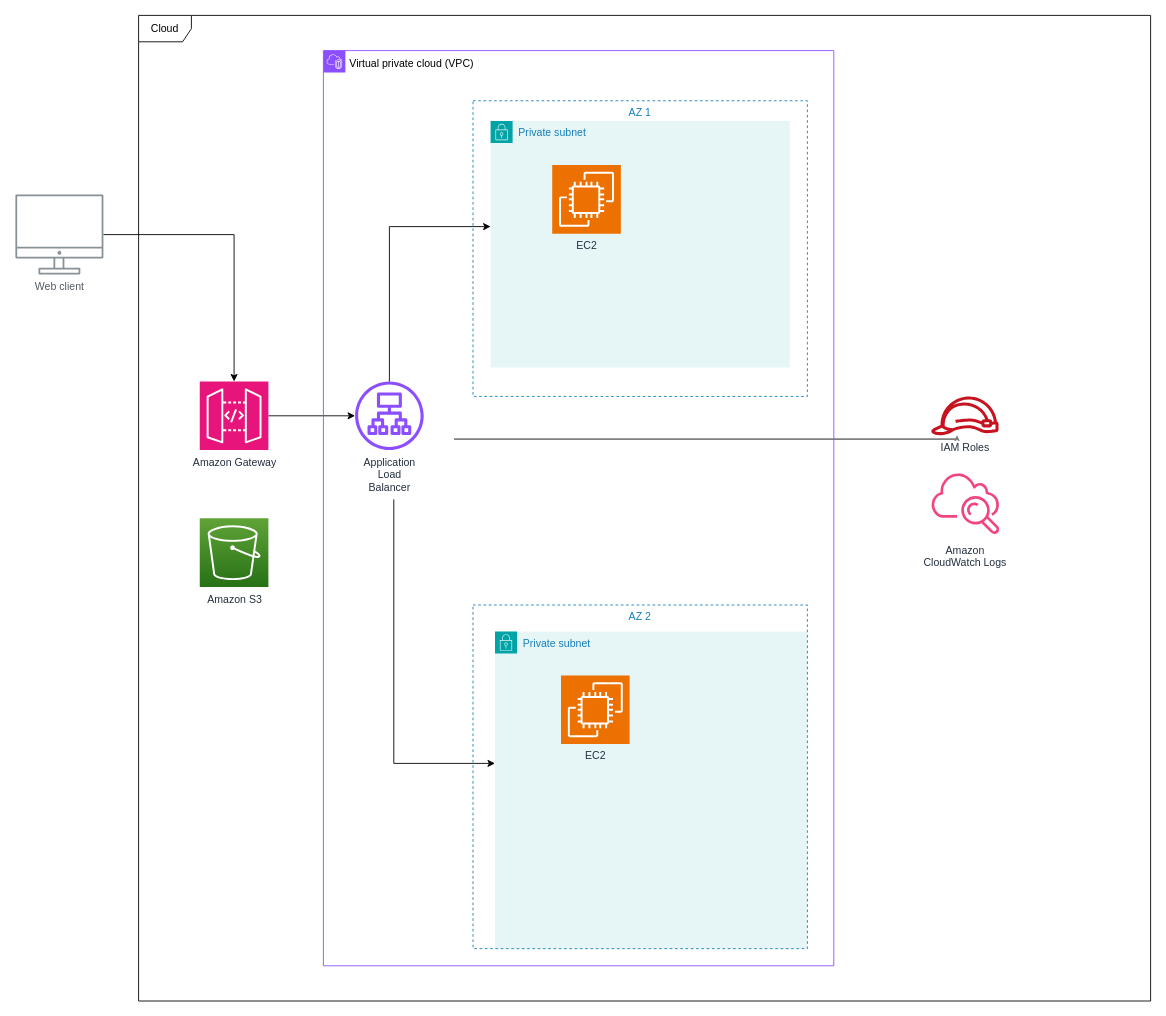
Before: Architecture-Diagram.drawio in manuelputzu/Terraform-demo, a draw.io diagram. Source tidied: cells renumbered, new cells numbered last; positions are measured from the earlier drawing's top-left corner, leaving out a move shared by most shapes. Both pictures are drawn from the tidied source at 88%, with x=0, y=0 at pixel (15, 15).
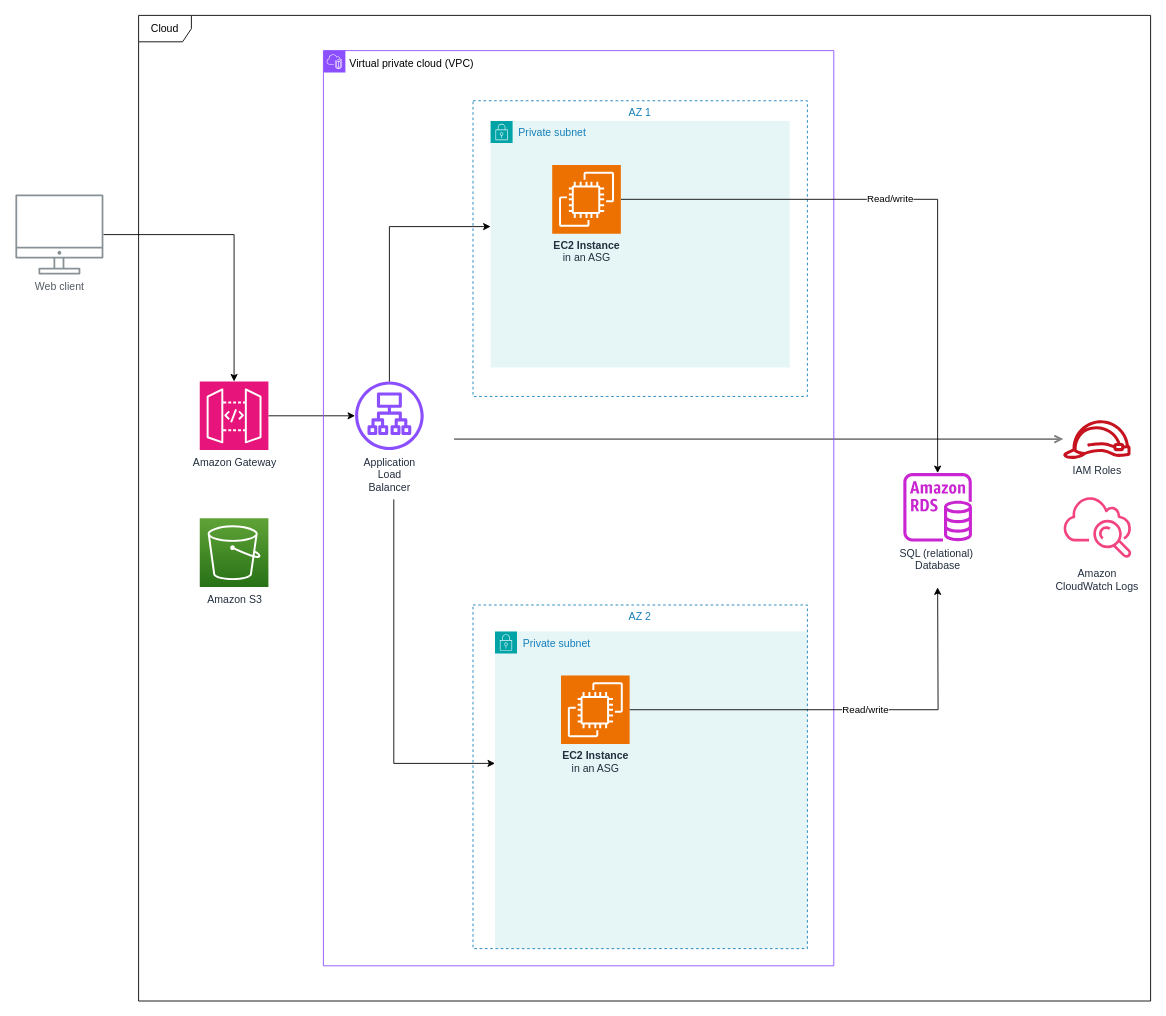
The same page after the edit.

Unchanged cells that the change refers to:
```xml
<mxCell id="17" value="Private subnet" style="points=[[0,0],[0.25,0],[0.5,0],[0.75,0],[1,0],[1,0.25],[1,0.5],[1,0.75],[1,1],[0.75,1],[0.5,1],[0.25,1],[0,1],[0,0.75],[0,0.5],[0,0.25]];outlineConnect=0;gradientColor=none;html=1;whiteSpace=wrap;fontSize=12;fontStyle=0;shape=mxgraph.aws4.group;grIcon=mxgraph.aws4.group_security_group;grStroke=0;strokeColor=#00A4A6;fillColor=#E6F6F7;verticalAlign=top;align=left;spacingLeft=30;fontColor=#147EBA;dashed=0;" parent="1" vertex="1">
  <mxGeometry x="545" y="700" width="355" height="360.5" as="geometry" />
</mxCell>
```

The edit, as a diff of the source:
```diff
@@
     <mxCell id="7" value="IAM Roles" style="outlineConnect=0;fontColor=#232F3E;gradientColor=none;fillColor=#C7131F;strokeColor=none;dashed=0;verticalLabelPosition=bottom;verticalAlign=top;align=center;html=1;fontSize=12;fontStyle=0;shape=mxgraph.aws4.role;labelBackgroundColor=#ffffff;" parent="1" vertex="1">
-      <mxGeometry x="1040" y="433" width="78" height="44" as="geometry" />
+      <mxGeometry x="1190" y="460" width="78" height="44" as="geometry" />
     </mxCell>
     <mxCell id="8" value="Amazon&lt;br&gt;CloudWatch Logs&lt;br&gt;" style="fontColor=#232F3E;gradientColor=none;gradientDirection=north;fillColor=#F34482;strokeColor=none;dashed=0;verticalLabelPosition=bottom;verticalAlign=top;align=center;html=1;fontSize=12;fontStyle=0;shape=mxgraph.aws4.cloudwatch;labelBackgroundColor=#ffffff;" parent="1" vertex="1">
-      <mxGeometry x="1040" y="516" width="78" height="78" as="geometry" />
+      <mxGeometry x="1190" y="543" width="78" height="78" as="geometry" />
     </mxCell>
@@
-    <mxCell id="19" value="EC2" style="sketch=0;points=[[0,0,0],[0.25,0,0],[0.5,0,0],[0.75,0,0],[1,0,0],[0,1,0],[0.25,1,0],[0.5,1,0],[0.75,1,0],[1,1,0],[0,0.25,0],[0,0.5,0],[0,0.75,0],[1,0.25,0],[1,0.5,0],[1,0.75,0]];outlineConnect=0;fontColor=#232F3E;fillColor=#ED7100;strokeColor=#ffffff;dashed=0;verticalLabelPosition=bottom;verticalAlign=top;align=center;html=1;fontSize=12;fontStyle=0;shape=mxgraph.aws4.resourceIcon;resIcon=mxgraph.aws4.ec2;" parent="17" vertex="1">
+    <mxCell id="19" value="&lt;b&gt;EC2 Instance&lt;/b&gt;&lt;div&gt;in an ASG&lt;/div&gt;" style="sketch=0;points=[[0,0,0],[0.25,0,0],[0.5,0,0],[0.75,0,0],[1,0,0],[0,1,0],[0.25,1,0],[0.5,1,0],[0.75,1,0],[1,1,0],[0,0.25,0],[0,0.5,0],[0,0.75,0],[1,0.25,0],[1,0.5,0],[1,0.75,0]];outlineConnect=0;fontColor=#232F3E;fillColor=#ED7100;strokeColor=#ffffff;dashed=0;verticalLabelPosition=bottom;verticalAlign=top;align=center;html=1;fontSize=12;fontStyle=0;shape=mxgraph.aws4.resourceIcon;resIcon=mxgraph.aws4.ec2;" parent="17" vertex="1">
       <mxGeometry x="75" y="50" width="78" height="78" as="geometry" />
     </mxCell>
@@
+    <mxCell id="22" style="edgeStyle=orthogonalEdgeStyle;rounded=0;jettySize=auto;html=1;" parent="1" edge="1" source="21" target="24">
+      <mxGeometry relative="1" as="geometry" />
+    </mxCell>
+    <mxCell id="23" value="Read/write" style="edgeLabel;html=1;align=center;verticalAlign=middle;" parent="22" vertex="1">
+      <mxGeometry x="-0.09" y="1" relative="1" as="geometry" />
+    </mxCell>
-    <mxCell id="21" value="EC2" style="sketch=0;points=[[0,0,0],[0.25,0,0],[0.5,0,0],[0.75,0,0],[1,0,0],[0,1,0],[0.25,1,0],[0.5,1,0],[0.75,1,0],[1,1,0],[0,0.25,0],[0,0.5,0],[0,0.75,0],[1,0.25,0],[1,0.5,0],[1,0.75,0]];outlineConnect=0;fontColor=#232F3E;fillColor=#ED7100;strokeColor=#ffffff;dashed=0;verticalLabelPosition=bottom;verticalAlign=top;align=center;html=1;fontSize=12;fontStyle=0;shape=mxgraph.aws4.resourceIcon;resIcon=mxgraph.aws4.ec2;" parent="1" vertex="1">
+    <mxCell id="21" value="&lt;b&gt;EC2 Instance&lt;/b&gt;&lt;div&gt;in an ASG&lt;/div&gt;" style="sketch=0;points=[[0,0,0],[0.25,0,0],[0.5,0,0],[0.75,0,0],[1,0,0],[0,1,0],[0.25,1,0],[0.5,1,0],[0.75,1,0],[1,1,0],[0,0.25,0],[0,0.5,0],[0,0.75,0],[1,0.25,0],[1,0.5,0],[1,0.75,0]];outlineConnect=0;fontColor=#232F3E;fillColor=#ED7100;strokeColor=#ffffff;dashed=0;verticalLabelPosition=bottom;verticalAlign=top;align=center;html=1;fontSize=12;fontStyle=0;shape=mxgraph.aws4.resourceIcon;resIcon=mxgraph.aws4.ec2;" parent="1" vertex="1">
       <mxGeometry x="610" y="170" width="78" height="78" as="geometry" />
     </mxCell>
+    <mxCell id="24" value="SQL (relational)&amp;nbsp;&lt;br&gt;Database" style="sketch=0;outlineConnect=0;fontColor=#232F3E;gradientColor=none;fillColor=#C925D1;strokeColor=none;dashed=0;verticalLabelPosition=bottom;verticalAlign=top;align=center;html=1;fontSize=12;fontStyle=0;shape=mxgraph.aws4.rds_instance;" parent="1" vertex="1">
+      <mxGeometry x="1009" y="520" width="78" height="78" as="geometry" />
+    </mxCell>
+    <mxCell id="25" style="edgeStyle=orthogonalEdgeStyle;rounded=0;jettySize=auto;html=1;" parent="1" edge="1" source="19">
+      <mxGeometry relative="1" as="geometry">
+        <mxPoint x="1048" y="650" as="targetPoint" />
+      </mxGeometry>
+    </mxCell>
+    <mxCell id="26" value="Read/write" style="edgeLabel;html=1;align=center;verticalAlign=middle;" parent="25" vertex="1">
+      <mxGeometry x="0.09" y="1" relative="1" as="geometry" />
+    </mxCell>
```
